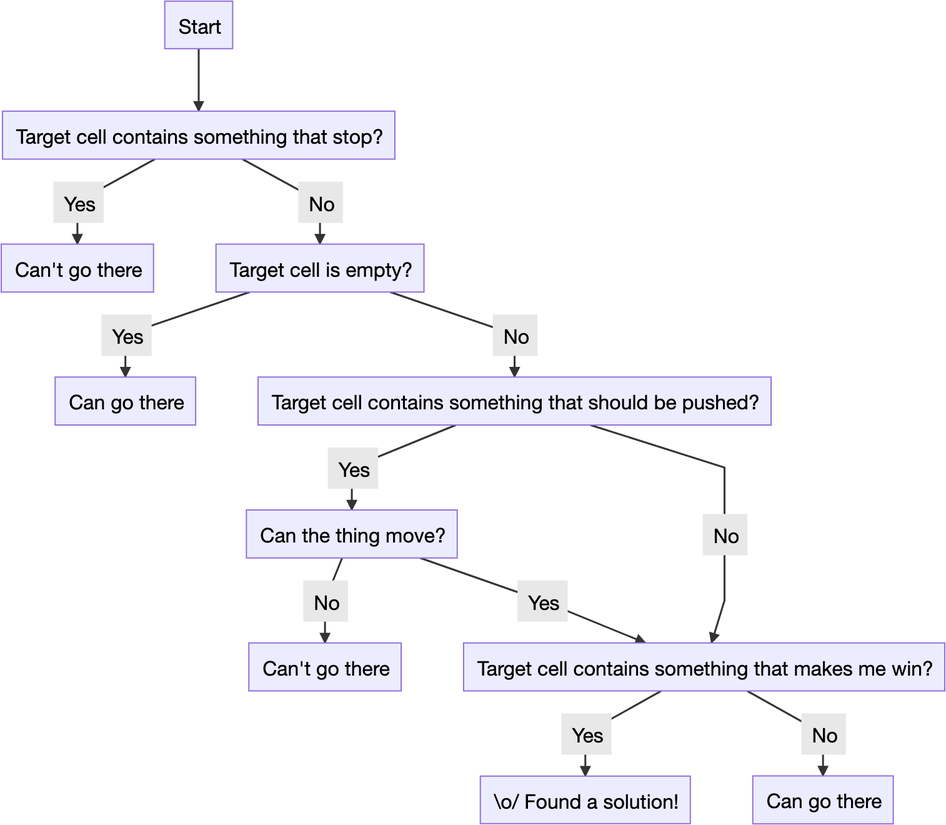
archiloque/blog keeps this Mermaid diagram as brouillons/baba-is-you-6/graph2.png. Above is the earlier version. Its source is kept beside it as brouillons/baba-is-you-6/graph2.mmd. Its diagram source:
```mermaid
graph TD

Start[Start]

Wall[Target cell contains something that stop?]
YesWall[Can't go there]

Empty[Target cell is empty?]
YesEmpty[Can go there]

Rock[Target cell contains something that should be pushed?]

MoveRock[Can the thing move?]
NoMoveRock[Can't go there]

Flag[Target cell contains something that makes me win?]
YesFlag[\o/ Found a solution!]
NoFlag[Can go there]

Start --> Wall
Wall --> |Yes|YesWall
Wall --> |No|Empty

Empty --> |Yes|YesEmpty
Empty --> |No|Rock

Rock --> |Yes|MoveRock
Rock --> |No|Flag

MoveRock --> |Yes|Flag
MoveRock --> |No|NoMoveRock

Flag --> |Yes|YesFlag
Flag --> |No|NoFlag
```
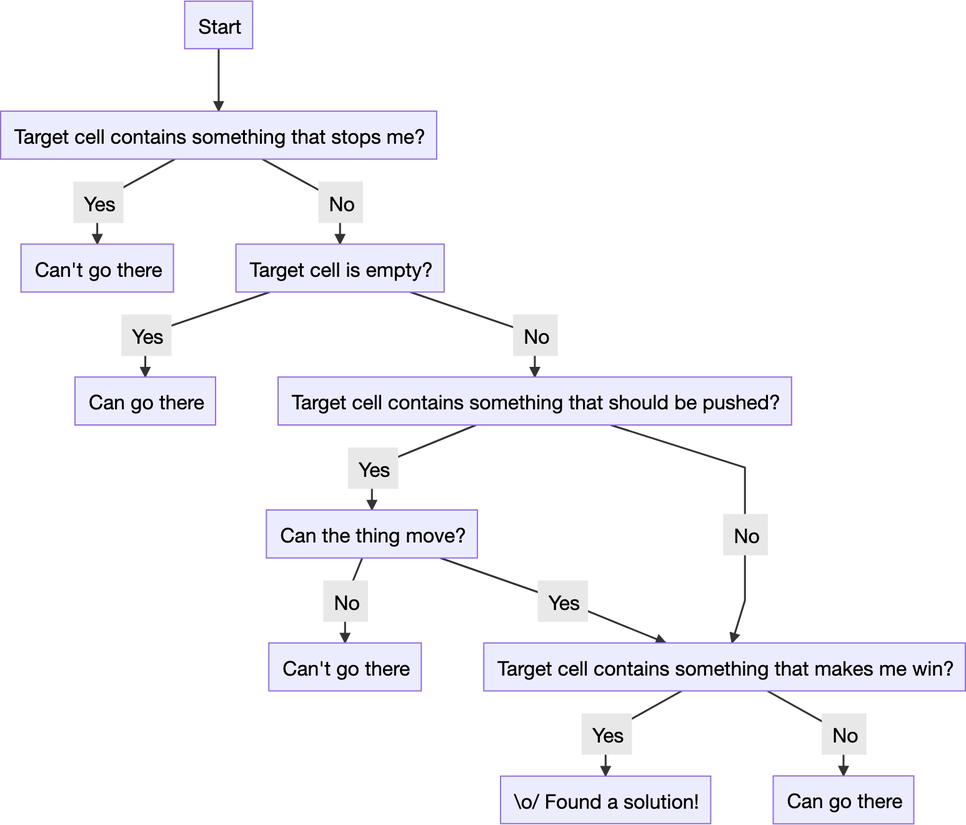
The same file after the commit.

Change to the diagram source:
```diff
@@ -2,7 +2,7 @@
 
 Start[Start]
 
-Wall[Target cell contains something that stop?]
+Wall[Target cell contains something that stops me?]
 YesWall[Can't go there]
 
 Empty[Target cell is empty?]
```
